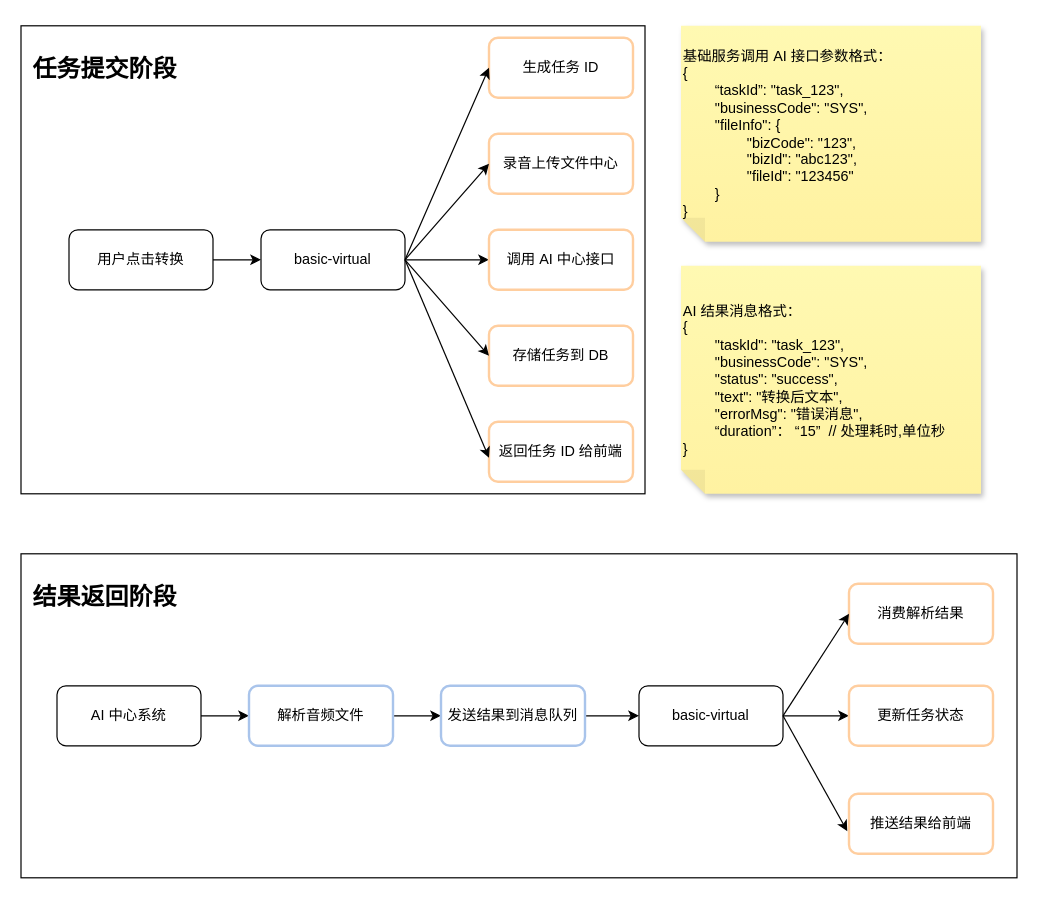
Above: 音频转文本实现.drawio in DongRuihua/draw (draw.io), before the change. Source tidied: cells renumbered, new cells numbered last; positions are measured from the earlier drawing's top-left corner, leaving out a move shared by most shapes. Both pictures are drawn from the tidied source at 120%, with x=0, y=0 at pixel (20, 25).
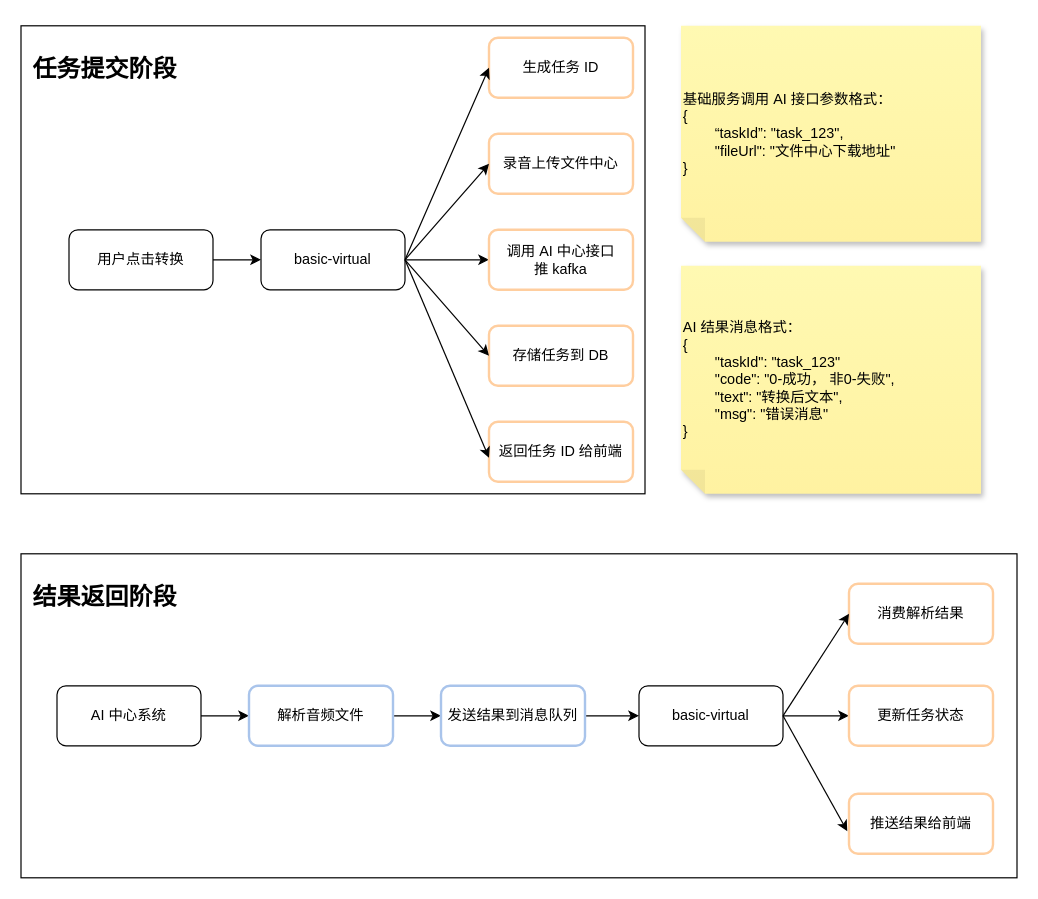
The same page after the edit.

Commit message:
更新音频转文本实现.drawio

Unchanged cells that the change refers to:
```xml
<mxCell id="2" style="group;" parent="1" vertex="1">
  <mxGeometry width="520" height="390" as="geometry" />
</mxCell>
```

Diff of the diagram source:
```diff
@@
-    <mxCell id="10" value="调用 AI 中心接口" style="rounded=1;whiteSpace=wrap;html=1;strokeColor=#FFCE9F;strokeWidth=2;" parent="2" vertex="1">
+    <mxCell id="10" value="调用 AI 中心接口&lt;br&gt;推 kafka" style="rounded=1;whiteSpace=wrap;html=1;strokeColor=#FFCE9F;strokeWidth=2;" parent="2" vertex="1">
       <mxGeometry x="390" y="170" width="120" height="50" as="geometry" />
     </mxCell>
@@
-    <mxCell id="34" value="基础服务调用 AI 接口参数格式：&lt;br&gt;{&lt;div&gt;&lt;span style=&quot;white-space: pre;&quot;&gt;&#9;&lt;/span&gt;“taskId”: &quot;task_123&quot;,&lt;br&gt;&lt;/div&gt;&lt;div&gt;&lt;span style=&quot;white-space: pre;&quot;&gt;&#9;&lt;/span&gt;&quot;businessCode&quot;: &quot;SYS&quot;,&lt;br&gt;&lt;span style=&quot;white-space: pre;&quot;&gt;&#9;&lt;/span&gt;&quot;fileInfo&quot;: {&lt;/div&gt;&lt;div&gt;&lt;span style=&quot;white-space: pre;&quot;&gt;&#9;&lt;/span&gt;&lt;span style=&quot;white-space: pre;&quot;&gt;&#9;&lt;/span&gt;&quot;bizCode&quot;: &quot;123&quot;,&lt;br&gt;&lt;/div&gt;&lt;div&gt;&lt;span style=&quot;white-space: pre;&quot;&gt;&#9;&lt;/span&gt;&lt;span style=&quot;white-space: pre;&quot;&gt;&#9;&lt;/span&gt;&quot;bizId&quot;: &quot;abc123&quot;,&lt;br&gt;&lt;/div&gt;&lt;div&gt;&lt;span style=&quot;white-space: pre;&quot;&gt;&#9;&lt;/span&gt;&lt;span style=&quot;white-space: pre;&quot;&gt;&#9;&lt;/span&gt;&quot;fileId&quot;: &quot;123456&quot;&lt;br&gt;&lt;/div&gt;&lt;div&gt;&lt;span style=&quot;white-space: pre;&quot;&gt;&#9;&lt;/span&gt;}&lt;br&gt;&lt;/div&gt;&lt;div&gt;}&lt;/div&gt;" style="shape=note;whiteSpace=wrap;html=1;backgroundOutline=1;fontColor=#000000;darkOpacity=0.05;fillColor=#FFF9B2;strokeColor=none;fillStyle=solid;direction=west;gradientDirection=north;gradientColor=#FFF2A1;shadow=1;size=20;align=left;" parent="1" vertex="1">
+    <mxCell id="34" value="基础服务调用 AI 接口参数格式：&lt;br&gt;{&lt;div&gt;&lt;span style=&quot;white-space: pre;&quot;&gt;&#9;&lt;/span&gt;“taskId”: &quot;task_123&quot;,&lt;/div&gt;&lt;div&gt;&lt;span style=&quot;white-space: pre;&quot;&gt;&#9;&lt;/span&gt;&quot;fileUrl&quot;: &quot;文件中心下载地址&quot;&lt;br&gt;&lt;/div&gt;&lt;div&gt;}&lt;/div&gt;" style="shape=note;whiteSpace=wrap;html=1;backgroundOutline=1;fontColor=#000000;darkOpacity=0.05;fillColor=#FFF9B2;strokeColor=none;fillStyle=solid;direction=west;gradientDirection=north;gradientColor=#FFF2A1;shadow=1;size=20;align=left;" parent="1" vertex="1">
       <mxGeometry x="550" width="250" height="180" as="geometry" />
     </mxCell>
-    <mxCell id="35" value="AI 结果消息格式：&lt;br&gt;{&lt;div&gt;&lt;span style=&quot;white-space: pre;&quot;&gt;&#9;&lt;/span&gt;&quot;taskId&quot;: &quot;task_123&quot;,&lt;br&gt;&lt;/div&gt;&lt;div&gt;&lt;span style=&quot;white-space: pre;&quot;&gt;&#9;&lt;/span&gt;&quot;businessCode&quot;: &quot;SYS&quot;,&lt;br&gt;&lt;/div&gt;&lt;div&gt;&lt;span style=&quot;white-space: pre;&quot;&gt;&#9;&lt;/span&gt;&quot;status&quot;: &quot;success&quot;,&lt;br&gt;&lt;/div&gt;&lt;div&gt;&lt;span style=&quot;white-space: pre;&quot;&gt;&#9;&lt;/span&gt;&quot;text&quot;: &quot;转换后文本&quot;,&lt;br&gt;&lt;/div&gt;&lt;div&gt;&lt;span style=&quot;white-space: pre;&quot;&gt;&#9;&lt;/span&gt;&quot;errorMsg&quot;: &quot;错误消息&quot;,&lt;br&gt;&lt;/div&gt;&lt;div&gt;&lt;span style=&quot;white-space: pre;&quot;&gt;&#9;&lt;/span&gt;“duration”： “15”&amp;nbsp; // 处理耗时,单位秒&lt;br&gt;&lt;/div&gt;&lt;div&gt;}&lt;/div&gt;" style="shape=note;whiteSpace=wrap;html=1;backgroundOutline=1;fontColor=#000000;darkOpacity=0.05;fillColor=#FFF9B2;strokeColor=none;fillStyle=solid;direction=west;gradientDirection=north;gradientColor=#FFF2A1;shadow=1;size=20;align=left;" parent="1" vertex="1">
+    <mxCell id="35" value="AI 结果消息格式：&lt;br&gt;{&lt;div&gt;&lt;span style=&quot;white-space: pre;&quot;&gt;&#9;&lt;/span&gt;&quot;taskId&quot;: &quot;task_123&quot;&lt;/div&gt;&lt;div&gt;&lt;span style=&quot;white-space: pre;&quot;&gt;&#9;&lt;/span&gt;&quot;code&quot;: &quot;0-成功， 非0-失败&quot;,&lt;br&gt;&lt;/div&gt;&lt;div&gt;&lt;span style=&quot;white-space: pre;&quot;&gt;&#9;&lt;/span&gt;&quot;text&quot;: &quot;转换后文本&quot;,&lt;br&gt;&lt;/div&gt;&lt;div&gt;&lt;span style=&quot;white-space: pre;&quot;&gt;&#9;&lt;/span&gt;&quot;msg&quot;: &quot;错误消息&quot;&lt;/div&gt;&lt;div&gt;}&lt;/div&gt;" style="shape=note;whiteSpace=wrap;html=1;backgroundOutline=1;fontColor=#000000;darkOpacity=0.05;fillColor=#FFF9B2;strokeColor=none;fillStyle=solid;direction=west;gradientDirection=north;gradientColor=#FFF2A1;shadow=1;size=20;align=left;" parent="1" vertex="1">
       <mxGeometry x="550" y="200" width="250" height="190" as="geometry" />
     </mxCell>
```
